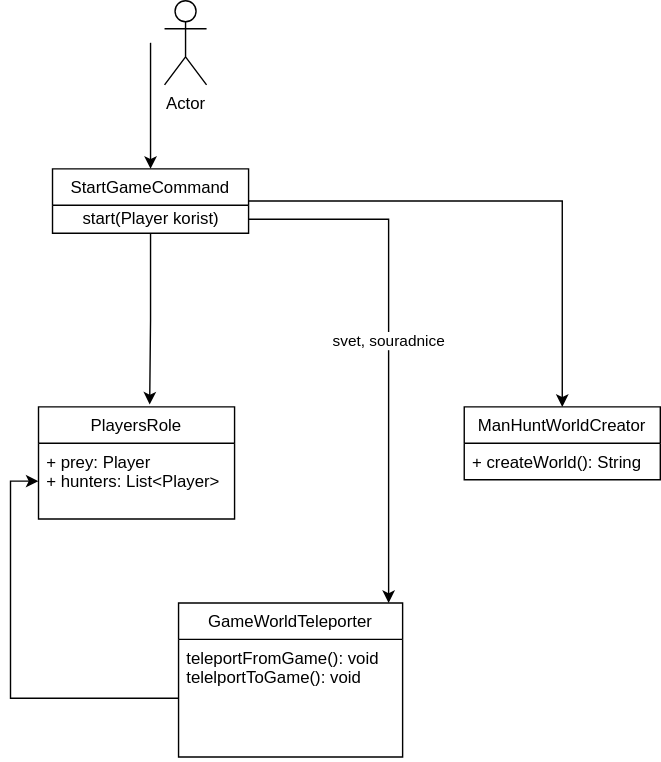
Above: design.svg in magajdos/Manhunt (draw.io), before the change. Source tidied: cells renumbered, new cells last; positions are measured from the earlier drawing's top-left corner, leaving out a move shared by most shapes.
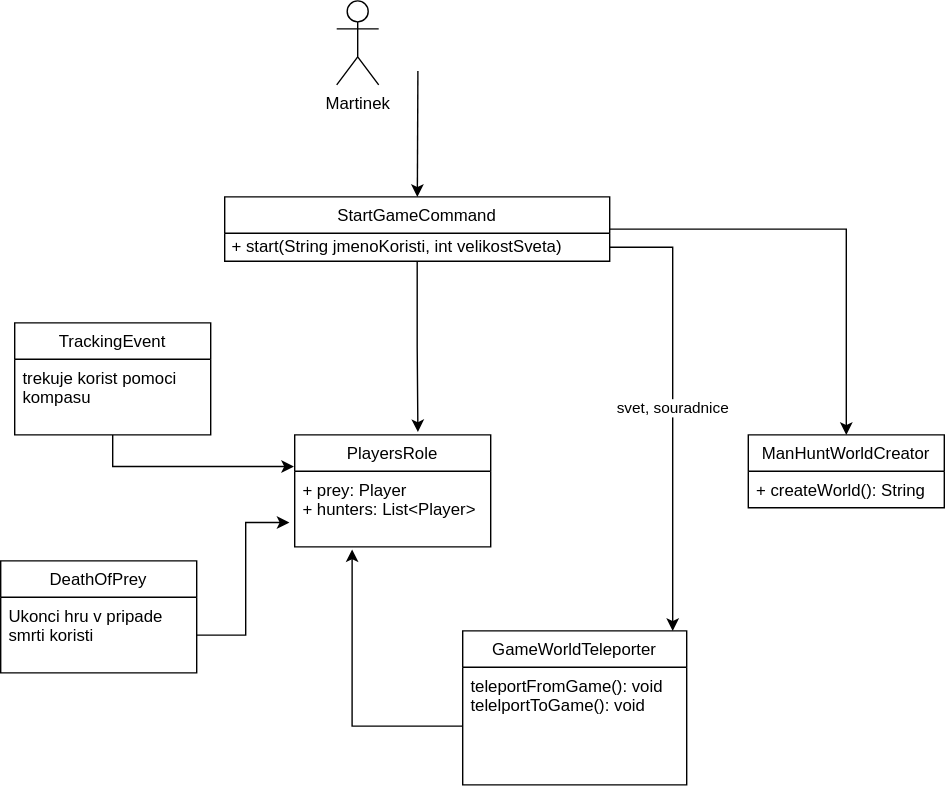
The same diagram one commit later.

Change to the diagram source:
```diff
@@ -2,31 +2,33 @@
   <root>
     <mxCell id="0" />
     <mxCell id="1" parent="0" />
-    <mxCell id="2" style="edgeStyle=orthogonalEdgeStyle;rounded=0;jettySize=auto;html=1;entryX=0.567;entryY=-0.021;entryDx=0;entryDy=0;entryPerimeter=0;" parent="1" edge="1" source="4" target="6">
-      <mxGeometry relative="1" as="geometry" />
+    <mxCell id="2" style="edgeStyle=orthogonalEdgeStyle;rounded=0;jettySize=auto;html=1;" parent="1" edge="1" source="4">
+      <mxGeometry relative="1" as="geometry">
+        <mxPoint x="68" y="288" as="targetPoint" />
+      </mxGeometry>
     </mxCell>
     <mxCell id="3" style="edgeStyle=orthogonalEdgeStyle;rounded=0;jettySize=auto;html=1;entryX=0.5;entryY=0;entryDx=0;entryDy=0;" parent="1" edge="1" source="4" target="10">
       <mxGeometry relative="1" as="geometry" />
     </mxCell>
     <mxCell id="4" value="StartGameCommand" style="swimlane;fontStyle=0;horizontal=1;startSize=26;fillColor=none;" parent="1" vertex="1">
-      <mxGeometry x="10" y="120" width="140" height="46" as="geometry" />
+      <mxGeometry x="-70" y="120" width="275" height="46" as="geometry" />
     </mxCell>
-    <mxCell id="5" value="start(Player korist)" style="text;html=1;align=center;verticalAlign=middle;points=[];strokeColor=none;" parent="4" vertex="1">
-      <mxGeometry y="26" width="140" height="20" as="geometry" />
+    <mxCell id="5" value="&amp;nbsp;+ start(String jmenoKoristi, int velikostSveta)" style="text;html=1;align=left;verticalAlign=middle;points=[];strokeColor=none;" parent="4" vertex="1">
+      <mxGeometry y="26" width="275" height="20" as="geometry" />
     </mxCell>
     <mxCell id="6" value="PlayersRole" style="swimlane;fontStyle=0;horizontal=1;startSize=26;fillColor=none;" parent="1" vertex="1">
-      <mxGeometry y="290" width="140" height="80" as="geometry" />
+      <mxGeometry x="-20" y="290" width="140" height="80" as="geometry" />
     </mxCell>
     <mxCell id="7" value="+ prey: Player&#10;+ hunters: List&lt;Player&gt;" style="text;strokeColor=none;fillColor=none;align=left;verticalAlign=top;spacingLeft=4;spacingRight=4;overflow=hidden;points=[[0,0.5],[1,0.5]];portConstraint=eastwest;" parent="6" vertex="1">
       <mxGeometry y="26" width="140" height="54" as="geometry" />
     </mxCell>
     <mxCell id="8" style="endArrow=classic;html=1;" parent="1" edge="1" target="4">
       <mxGeometry relative="1" as="geometry">
-        <mxPoint x="80" y="30" as="sourcePoint" />
+        <mxPoint x="68" y="30" as="sourcePoint" />
       </mxGeometry>
     </mxCell>
-    <mxCell id="9" value="Actor" style="shape=umlActor;verticalLabelPosition=bottom;verticalAlign=top;html=1;" parent="1" vertex="1">
-      <mxGeometry x="90" width="30" height="60" as="geometry" />
+    <mxCell id="9" value="Martinek" style="shape=umlActor;verticalLabelPosition=bottom;verticalAlign=top;html=1;" parent="1" vertex="1">
+      <mxGeometry x="10" y="-20" width="30" height="60" as="geometry" />
     </mxCell>
     <mxCell id="10" value="ManHuntWorldCreator" style="swimlane;fontStyle=0;horizontal=1;startSize=26;fillColor=none;" parent="1" vertex="1">
       <mxGeometry x="304" y="290" width="140" height="52" as="geometry" />
@@ -34,8 +36,12 @@
     <mxCell id="11" value="+ createWorld(): String" style="text;strokeColor=none;fillColor=none;align=left;verticalAlign=top;spacingLeft=4;spacingRight=4;overflow=hidden;" parent="10" vertex="1">
       <mxGeometry y="26" width="140" height="26" as="geometry" />
     </mxCell>
-    <mxCell id="12" style="edgeStyle=orthogonalEdgeStyle;rounded=0;jettySize=auto;html=1;entryX=0;entryY=0.5;entryDx=0;entryDy=0;exitX=0;exitY=0.5;exitDx=0;exitDy=0;" parent="1" edge="1" source="14" target="7">
-      <mxGeometry relative="1" as="geometry" />
+    <mxCell id="12" style="edgeStyle=orthogonalEdgeStyle;rounded=0;jettySize=auto;html=1;entryX=0.293;entryY=1.033;entryDx=0;entryDy=0;exitX=0;exitY=0.5;exitDx=0;exitDy=0;entryPerimeter=0;" parent="1" edge="1" source="14" target="7">
+      <mxGeometry relative="1" as="geometry">
+        <Array as="points">
+          <mxPoint x="21" y="498" />
+        </Array>
+      </mxGeometry>
     </mxCell>
     <mxCell id="13" value="GameWorldTeleporter" style="swimlane;fontStyle=0;horizontal=1;startSize=26;fillColor=none;" parent="1" vertex="1">
       <mxGeometry x="100" y="430" width="160" height="110" as="geometry" />
@@ -48,5 +54,23 @@
         <mxPoint x="250" y="430" as="targetPoint" />
       </mxGeometry>
     </mxCell>
+    <mxCell id="16" style="edgeStyle=orthogonalEdgeStyle;rounded=0;jettySize=auto;html=1;entryX=-0.004;entryY=-0.063;entryDx=0;entryDy=0;entryPerimeter=0;" parent="1" edge="1" source="17" target="7">
+      <mxGeometry relative="1" as="geometry" />
+    </mxCell>
+    <mxCell id="17" value="TrackingEvent" style="swimlane;fontStyle=0;horizontal=1;startSize=26;fillColor=none;" parent="1" vertex="1">
+      <mxGeometry x="-220" y="210" width="140" height="80" as="geometry" />
+    </mxCell>
+    <mxCell id="18" value="trekuje korist pomoci &#10;kompasu" style="text;strokeColor=none;fillColor=none;align=left;verticalAlign=top;spacingLeft=4;spacingRight=4;overflow=hidden;" parent="17" vertex="1">
+      <mxGeometry y="26" width="140" height="54" as="geometry" />
+    </mxCell>
+    <mxCell id="19" value="DeathOfPrey" style="swimlane;fontStyle=0;horizontal=1;startSize=26;fillColor=none;" parent="1" vertex="1">
+      <mxGeometry x="-230" y="380" width="140" height="80" as="geometry" />
+    </mxCell>
+    <mxCell id="20" value="Ukonci hru v pripade &#10;smrti koristi" style="text;strokeColor=none;fillColor=none;align=left;verticalAlign=top;spacingLeft=4;spacingRight=4;overflow=hidden;points=[[0,0.5],[1,0.5]];portConstraint=eastwest;" parent="19" vertex="1">
+      <mxGeometry y="26" width="140" height="54" as="geometry" />
+    </mxCell>
+    <mxCell id="21" style="edgeStyle=orthogonalEdgeStyle;rounded=0;jettySize=auto;html=1;entryX=-0.027;entryY=0.678;entryDx=0;entryDy=0;entryPerimeter=0;" parent="1" edge="1" source="20" target="7">
+      <mxGeometry relative="1" as="geometry" />
+    </mxCell>
   </root>
 </mxGraphModel>
```
